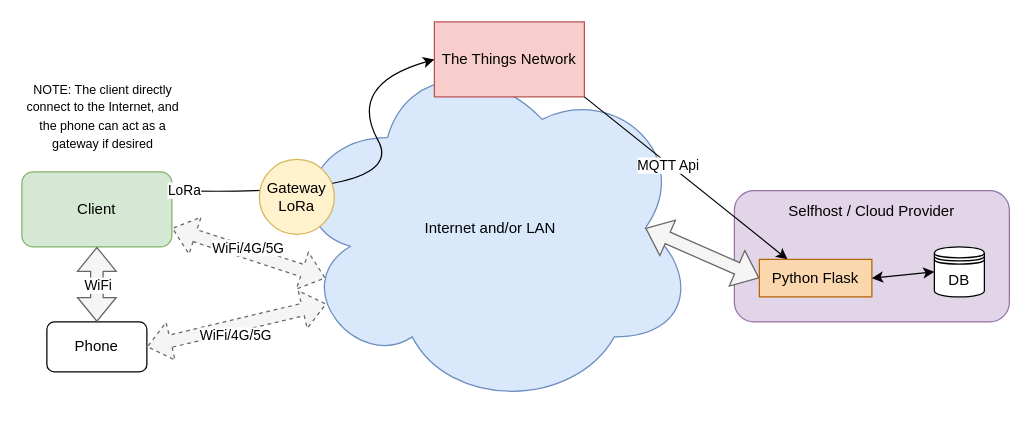
Theucalyptus/StageIoT keeps this draw.io diagram as doc/src/diag.drawio. Above is the earlier version. Source tidied: cells renumbered, new cells numbered last; positions are measured from the earlier drawing's top-left corner, leaving out a move shared by most shapes. Both pictures are drawn from the tidied source at 125%, with x=0, y=0 at pixel (21, 21).
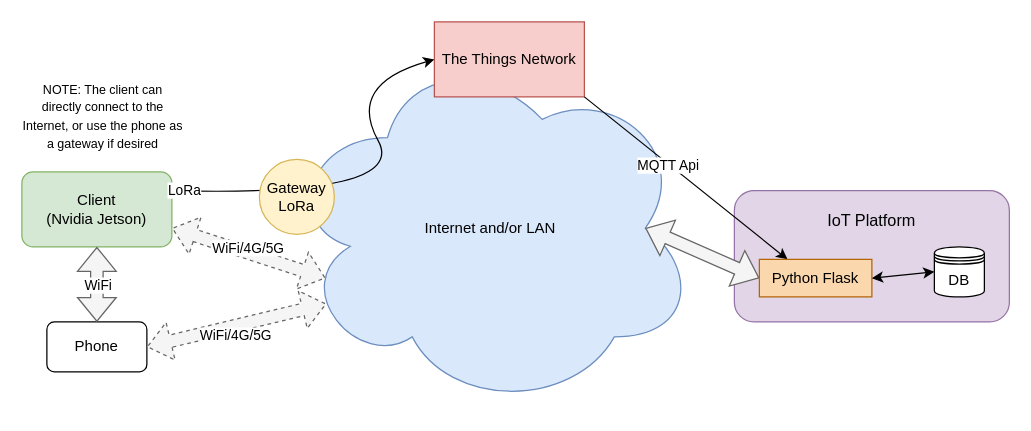
The same diagram, later.

Diff of the diagram source:
```diff
@@
-    <mxCell id="2" value="Client" style="rounded=1;whiteSpace=wrap;html=1;fillColor=#d5e8d4;strokeColor=#82b366;" parent="1" vertex="1">
+    <mxCell id="2" value="&lt;div&gt;Client&lt;/div&gt;&lt;div&gt;(Nvidia Jetson)&lt;/div&gt;" style="rounded=1;whiteSpace=wrap;html=1;fillColor=#d5e8d4;strokeColor=#82b366;" parent="1" vertex="1">
       <mxGeometry y="120" width="120" height="60" as="geometry" />
     </mxCell>
@@
-    <mxCell id="4" value="&lt;div&gt;Selfhost / Cloud Provider&lt;/div&gt;&lt;div&gt;&lt;br&gt;&lt;/div&gt;&lt;div&gt;&lt;br&gt;&lt;/div&gt;&lt;div&gt;&lt;br&gt;&lt;/div&gt;&lt;div&gt;&lt;br&gt;&lt;/div&gt;&lt;div&gt;&lt;br&gt;&lt;/div&gt;" style="rounded=1;whiteSpace=wrap;html=1;fillColor=#e1d5e7;strokeColor=#9673a6;" parent="1" vertex="1">
+    <mxCell id="4" value="&lt;div&gt;&lt;br&gt;&lt;/div&gt;&lt;div&gt;&lt;font style=&quot;font-size: 13px;&quot;&gt;IoT Platform&lt;/font&gt;&lt;/div&gt;&lt;div&gt;&lt;br&gt;&lt;/div&gt;&lt;div&gt;&lt;br&gt;&lt;/div&gt;&lt;div&gt;&lt;br&gt;&lt;/div&gt;&lt;div&gt;&lt;br&gt;&lt;/div&gt;&lt;div&gt;&lt;br&gt;&lt;/div&gt;" style="rounded=1;whiteSpace=wrap;html=1;fillColor=#e1d5e7;strokeColor=#9673a6;" parent="1" vertex="1">
       <mxGeometry x="570" y="135" width="220" height="105" as="geometry" />
     </mxCell>
@@
-    <mxCell id="19" value="&lt;font style=&quot;font-size: 10px;&quot;&gt;NOTE: The client directly connect to the Internet, and the phone can act as a gateway if desired&lt;/font&gt;" style="text;html=1;align=center;verticalAlign=middle;whiteSpace=wrap;rounded=0;" parent="1" vertex="1">
+    <mxCell id="19" value="&lt;font style=&quot;font-size: 10px;&quot;&gt;NOTE: The client can directly connect to the Internet, or use the phone as a gateway if desired&lt;/font&gt;" style="text;html=1;align=center;verticalAlign=middle;whiteSpace=wrap;rounded=0;" parent="1" vertex="1">
       <mxGeometry y="30" width="130" height="90" as="geometry" />
     </mxCell>
```
